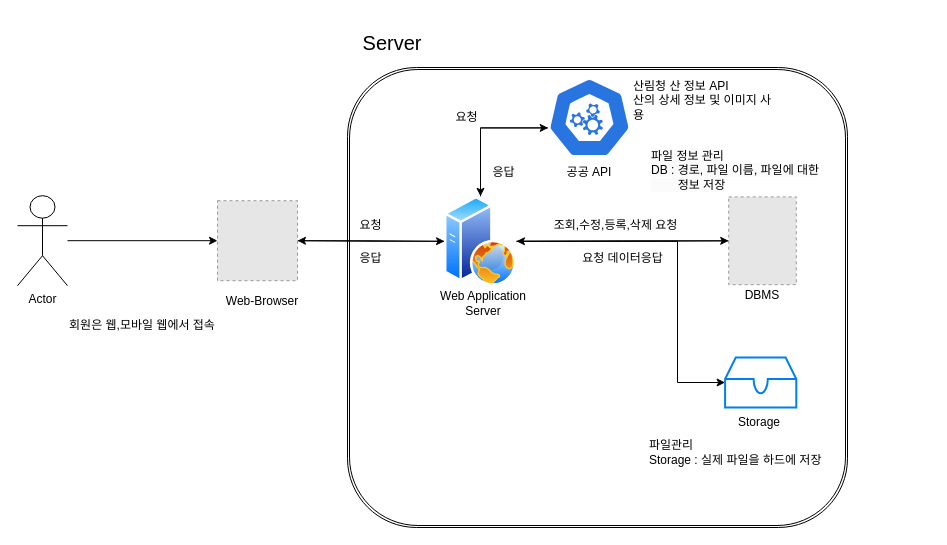
yuseonyoung/mountain_projects keeps this draw.io diagram as 산출물/drawio_file/시스템_구성도_drawIo.drawio. Above is the earlier version. Source tidied: cells renumbered, new cells numbered last; positions are measured from the earlier drawing's top-left corner, leaving out a move shared by most shapes. Both pictures are drawn from the tidied source at 100%, with x=0, y=0 at pixel (17, 17). Pictures stored in the file or linked from it are replaced by grey dashed boxes.
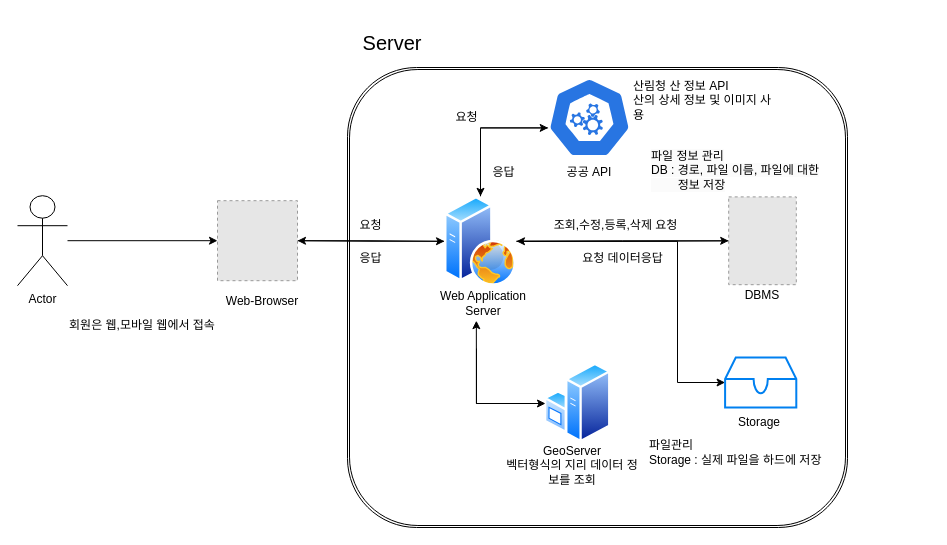
After the change.

Unchanged cells that the change refers to:
```xml
<mxCell id="14" value="Web Application Server" style="text;strokeColor=none;align=center;fillColor=none;html=1;verticalAlign=middle;whiteSpace=wrap;rounded=0;" parent="1" vertex="1">
  <mxGeometry x="411" y="271" width="110" height="30" as="geometry" />
</mxCell>
```

Diff of the diagram source:
```diff
@@
+    <mxCell id="33" style="image;perimeter=ellipsePerimeter;html=1;align=center;shadow=0;dashed=0;spacingTop=3;image=img/lib/active_directory/windows_server.svg;" parent="1" vertex="1">
+      <mxGeometry x="527" y="345" width="66.4" height="81" as="geometry" />
+    </mxCell>
+    <mxCell id="34" style="edgeStyle=orthogonalEdgeStyle;rounded=0;jettySize=auto;html=1;entryX=0.435;entryY=1.073;entryDx=0;entryDy=0;entryPerimeter=0;" parent="1" edge="1" target="14">
+      <mxGeometry relative="1" as="geometry">
+        <mxPoint x="518" y="386" as="sourcePoint" />
+        <Array as="points">
+          <mxPoint x="459" y="386" />
+        </Array>
+      </mxGeometry>
+    </mxCell>
+    <mxCell id="35" style="edgeStyle=orthogonalEdgeStyle;rounded=0;orthogonalLoop=1;jettySize=auto;html=1;" parent="1" edge="1">
+      <mxGeometry relative="1" as="geometry">
+        <mxPoint x="459" y="331" as="sourcePoint" />
+        <mxPoint x="528" y="386" as="targetPoint" />
+        <Array as="points">
+          <mxPoint x="459" y="386" />
+        </Array>
+      </mxGeometry>
+    </mxCell>
+    <mxCell id="36" value="GeoServer&lt;br&gt;벡터형식의 지리 데이터 정보를 조회" style="text;html=1;align=center;verticalAlign=middle;whiteSpace=wrap;rounded=0;" parent="1" vertex="1">
+      <mxGeometry x="487" y="420" width="136" height="56" as="geometry" />
+    </mxCell>
```
